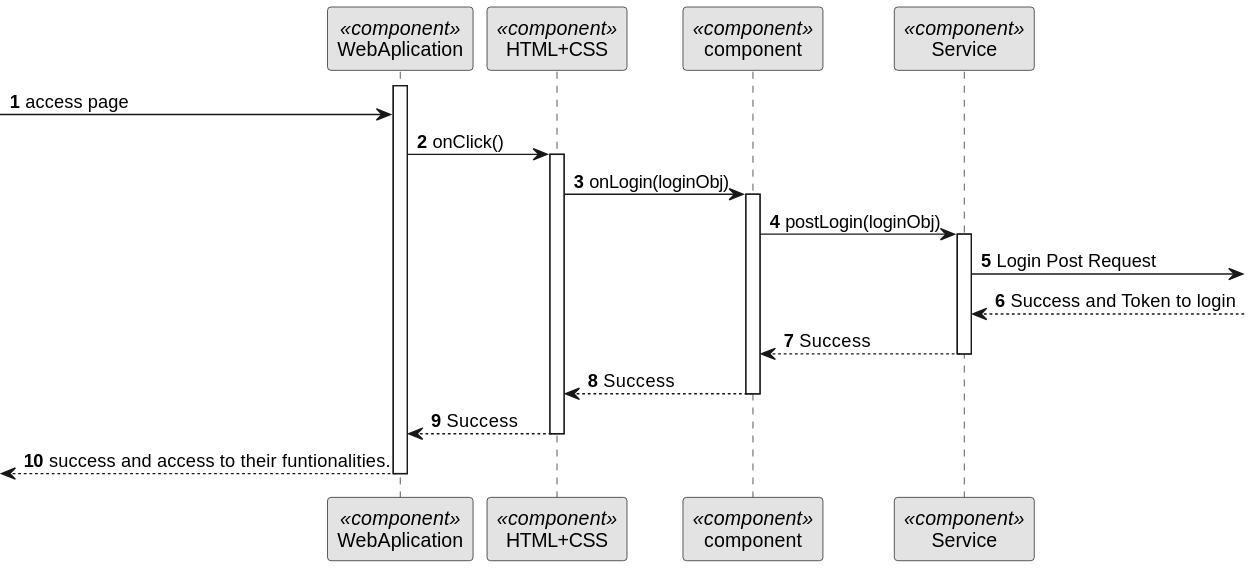
Ana-Miguel-Silva/SurgicalAppointmentAndResourceManagement keeps this PlantUML diagram as docs/BackofficeModule/7.2.15/sequence-diagram-3.svg. Above is the earlier version.
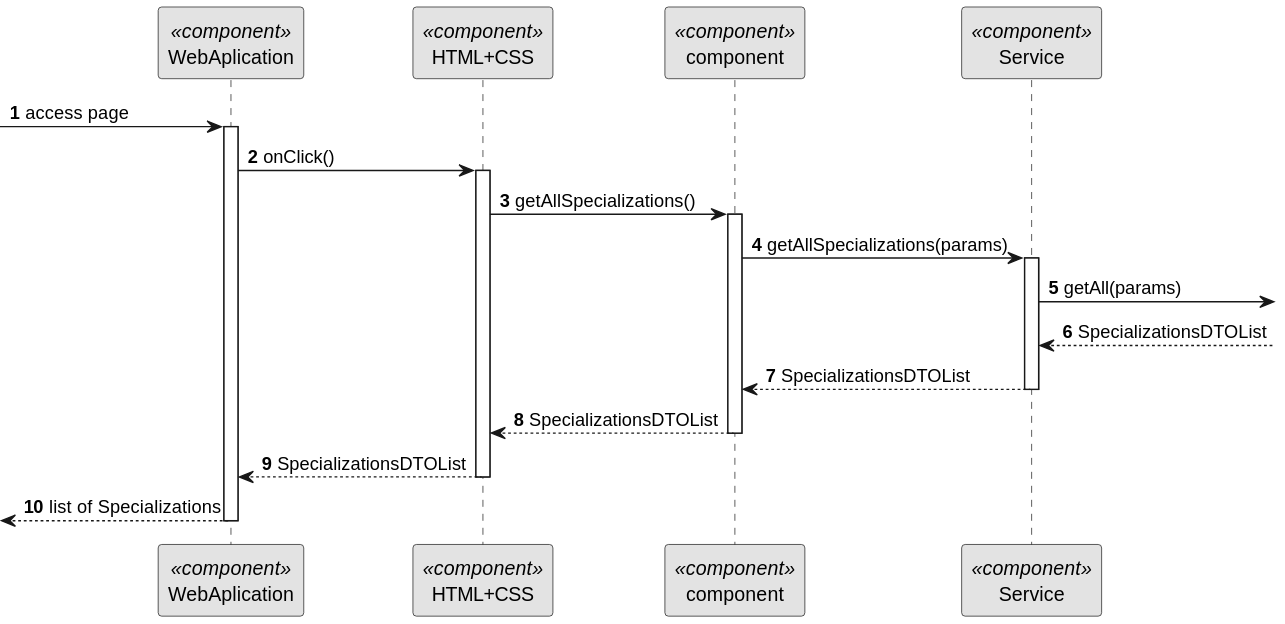
After the change.

Change to the diagram source:
```diff
@@ -10,40 +10,34 @@
 participant "component" as CM <<component>>
 participant "Service" as SERV <<component>>
 
-
+ -> FE: access page
 activate FE
--> FE: access page
 
 FE -> HT : onClick()
 activate HT
+HT -> CM : getAllSpecializations()
+activate CM
+
+CM -> SERV : getAllSpecializations(params)
+activate SERV
 
 
-HT -> CM : onLogin(loginObj)
-
-activate CM
-
-CM -> SERV : postLogin(loginObj)
-
- activate SERV
-
-  SERV -> : Login Post Request
-
- SERV <-- : Success and Token to login
-
-SERV --> CM : Success
-
-
-deactivate SERV
-
-CM --> HT : Success
-deactivate CM
+SERV -> : getAll(params)
 
 
 
-HT --> FE : Success
+SERV <-- : SpecializationsDTOList
+
+
+SERV --> CM : SpecializationsDTOList
+deactivate SERV
+CM --> HT : SpecializationsDTOList
+deactivate CM
+
+HT --> FE : SpecializationsDTOList
 deactivate HT
 
-<--- FE : success and access to their funtionalities.
+<-- FE : list of Specializations
 
 deactivate FE
 @enduml
```
